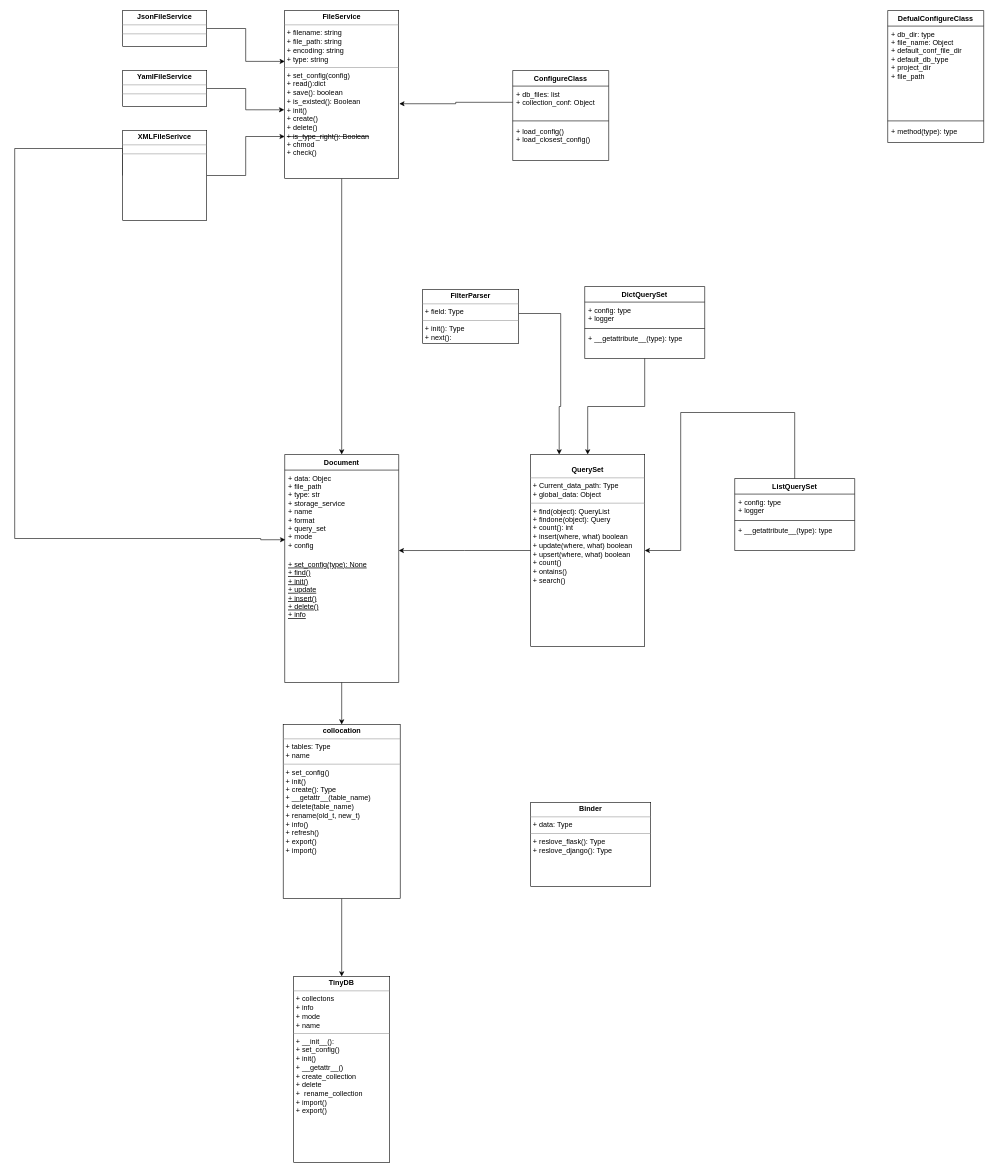
liangsqrt/FileDB keeps this draw.io diagram as stucture.drawio. Above is the earlier version. Source tidied: cells renumbered, new cells numbered last; positions are measured from the earlier drawing's top-left corner, leaving out a move shared by most shapes. Both pictures are drawn from the tidied source at 60%, with x=0, y=0 at pixel (14, 10).
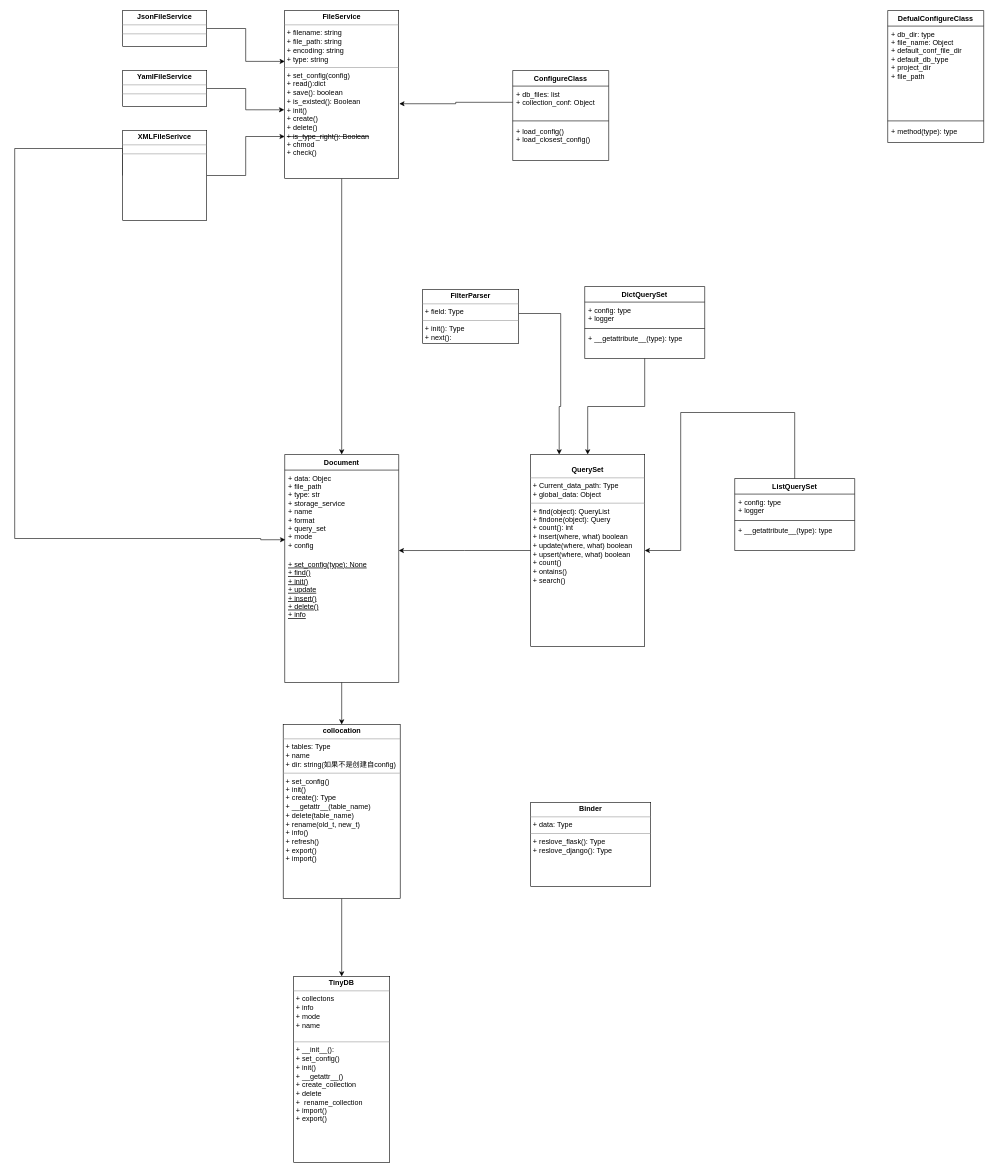
The same diagram, later.

The edit, as a diff of the source:
```diff
@@
-    <mxCell id="28" value="&lt;p style=&quot;margin: 0px ; margin-top: 4px ; text-align: center&quot;&gt;&lt;b&gt;TinyDB&lt;/b&gt;&lt;/p&gt;&lt;hr size=&quot;1&quot;&gt;&lt;p style=&quot;margin: 0px ; margin-left: 4px&quot;&gt;&lt;span&gt;+ collectons&lt;/span&gt;&lt;br&gt;&lt;/p&gt;&lt;p style=&quot;margin: 0px ; margin-left: 4px&quot;&gt;&lt;span&gt;+ info&lt;/span&gt;&lt;/p&gt;&lt;p style=&quot;margin: 0px ; margin-left: 4px&quot;&gt;&lt;span&gt;+ mode&lt;/span&gt;&lt;/p&gt;&lt;p style=&quot;margin: 0px ; margin-left: 4px&quot;&gt;&lt;span&gt;+ name&lt;/span&gt;&lt;/p&gt;&lt;hr size=&quot;1&quot;&gt;&lt;p style=&quot;margin: 0px ; margin-left: 4px&quot;&gt;+ __init__():&amp;nbsp;&lt;/p&gt;&lt;p style=&quot;margin: 0px ; margin-left: 4px&quot;&gt;+ set_config()&lt;/p&gt;&lt;p style=&quot;margin: 0px ; margin-left: 4px&quot;&gt;+ init()&lt;/p&gt;&lt;p style=&quot;margin: 0px ; margin-left: 4px&quot;&gt;+ __getattr__()&lt;/p&gt;&lt;p style=&quot;margin: 0px ; margin-left: 4px&quot;&gt;+ create_collection&lt;/p&gt;&lt;p style=&quot;margin: 0px ; margin-left: 4px&quot;&gt;+ delete&lt;/p&gt;&lt;p style=&quot;margin: 0px ; margin-left: 4px&quot;&gt;+&amp;nbsp; rename_collection&lt;/p&gt;&lt;p style=&quot;margin: 0px ; margin-left: 4px&quot;&gt;+ import()&lt;/p&gt;&lt;p style=&quot;margin: 0px ; margin-left: 4px&quot;&gt;+ export()&lt;/p&gt;" style="verticalAlign=top;align=left;overflow=fill;fontSize=12;fontFamily=Helvetica;html=1;" parent="1" vertex="1">
+    <mxCell id="28" value="&lt;p style=&quot;margin: 0px ; margin-top: 4px ; text-align: center&quot;&gt;&lt;b&gt;TinyDB&lt;/b&gt;&lt;/p&gt;&lt;hr size=&quot;1&quot;&gt;&lt;p style=&quot;margin: 0px ; margin-left: 4px&quot;&gt;&lt;span&gt;+ collectons&lt;/span&gt;&lt;br&gt;&lt;/p&gt;&lt;p style=&quot;margin: 0px ; margin-left: 4px&quot;&gt;&lt;span&gt;+ info&lt;/span&gt;&lt;/p&gt;&lt;p style=&quot;margin: 0px ; margin-left: 4px&quot;&gt;&lt;span&gt;+ mode&lt;/span&gt;&lt;/p&gt;&lt;p style=&quot;margin: 0px ; margin-left: 4px&quot;&gt;&lt;span&gt;+ name&lt;/span&gt;&lt;/p&gt;&lt;p style=&quot;margin: 0px ; margin-left: 4px&quot;&gt;&lt;span&gt;&lt;br&gt;&lt;/span&gt;&lt;/p&gt;&lt;hr size=&quot;1&quot;&gt;&lt;p style=&quot;margin: 0px ; margin-left: 4px&quot;&gt;+ __init__():&amp;nbsp;&lt;/p&gt;&lt;p style=&quot;margin: 0px ; margin-left: 4px&quot;&gt;+ set_config()&lt;/p&gt;&lt;p style=&quot;margin: 0px ; margin-left: 4px&quot;&gt;+ init()&lt;/p&gt;&lt;p style=&quot;margin: 0px ; margin-left: 4px&quot;&gt;+ __getattr__()&lt;/p&gt;&lt;p style=&quot;margin: 0px ; margin-left: 4px&quot;&gt;+ create_collection&lt;/p&gt;&lt;p style=&quot;margin: 0px ; margin-left: 4px&quot;&gt;+ delete&lt;/p&gt;&lt;p style=&quot;margin: 0px ; margin-left: 4px&quot;&gt;+&amp;nbsp; rename_collection&lt;/p&gt;&lt;p style=&quot;margin: 0px ; margin-left: 4px&quot;&gt;+ import()&lt;/p&gt;&lt;p style=&quot;margin: 0px ; margin-left: 4px&quot;&gt;+ export()&lt;/p&gt;" style="verticalAlign=top;align=left;overflow=fill;fontSize=12;fontFamily=Helvetica;html=1;" parent="1" vertex="1">
       <mxGeometry x="465" y="1610" width="160" height="310" as="geometry" />
     </mxCell>
@@
-    <mxCell id="39" value="&lt;p style=&quot;margin: 0px ; margin-top: 4px ; text-align: center&quot;&gt;&lt;b&gt;collocation&lt;/b&gt;&lt;/p&gt;&lt;hr size=&quot;1&quot;&gt;&lt;p style=&quot;margin: 0px ; margin-left: 4px&quot;&gt;+ tables: Type&lt;/p&gt;&lt;p style=&quot;margin: 0px ; margin-left: 4px&quot;&gt;+ name&lt;/p&gt;&lt;hr size=&quot;1&quot;&gt;&lt;p style=&quot;margin: 0px ; margin-left: 4px&quot;&gt;+ set_config()&lt;/p&gt;&lt;p style=&quot;margin: 0px ; margin-left: 4px&quot;&gt;+ init()&lt;/p&gt;&lt;p style=&quot;margin: 0px ; margin-left: 4px&quot;&gt;+ create(): Type&lt;/p&gt;&lt;p style=&quot;margin: 0px ; margin-left: 4px&quot;&gt;+ __getattr__(table_name)&lt;/p&gt;&lt;p style=&quot;margin: 0px ; margin-left: 4px&quot;&gt;+ delete(table_name)&lt;/p&gt;&lt;p style=&quot;margin: 0px ; margin-left: 4px&quot;&gt;+ rename(old_t, new_t)&lt;/p&gt;&lt;p style=&quot;margin: 0px ; margin-left: 4px&quot;&gt;+ info()&lt;/p&gt;&lt;p style=&quot;margin: 0px ; margin-left: 4px&quot;&gt;+ refresh()&lt;/p&gt;&lt;p style=&quot;margin: 0px ; margin-left: 4px&quot;&gt;+ export()&lt;/p&gt;&lt;p style=&quot;margin: 0px ; margin-left: 4px&quot;&gt;+ import()&lt;/p&gt;" style="verticalAlign=top;align=left;overflow=fill;fontSize=12;fontFamily=Helvetica;html=1;" parent="1" vertex="1">
+    <mxCell id="39" value="&lt;p style=&quot;margin: 0px ; margin-top: 4px ; text-align: center&quot;&gt;&lt;b&gt;collocation&lt;/b&gt;&lt;/p&gt;&lt;hr size=&quot;1&quot;&gt;&lt;p style=&quot;margin: 0px ; margin-left: 4px&quot;&gt;+ tables: Type&lt;/p&gt;&lt;p style=&quot;margin: 0px ; margin-left: 4px&quot;&gt;+ name&lt;/p&gt;&lt;p style=&quot;margin: 0px ; margin-left: 4px&quot;&gt;+ dir: string(如果不是创建自config)&lt;/p&gt;&lt;hr size=&quot;1&quot;&gt;&lt;p style=&quot;margin: 0px ; margin-left: 4px&quot;&gt;+ set_config()&lt;/p&gt;&lt;p style=&quot;margin: 0px ; margin-left: 4px&quot;&gt;+ init()&lt;/p&gt;&lt;p style=&quot;margin: 0px ; margin-left: 4px&quot;&gt;+ create(): Type&lt;/p&gt;&lt;p style=&quot;margin: 0px ; margin-left: 4px&quot;&gt;+ __getattr__(table_name)&lt;/p&gt;&lt;p style=&quot;margin: 0px ; margin-left: 4px&quot;&gt;+ delete(table_name)&lt;/p&gt;&lt;p style=&quot;margin: 0px ; margin-left: 4px&quot;&gt;+ rename(old_t, new_t)&lt;/p&gt;&lt;p style=&quot;margin: 0px ; margin-left: 4px&quot;&gt;+ info()&lt;/p&gt;&lt;p style=&quot;margin: 0px ; margin-left: 4px&quot;&gt;+ refresh()&lt;/p&gt;&lt;p style=&quot;margin: 0px ; margin-left: 4px&quot;&gt;+ export()&lt;/p&gt;&lt;p style=&quot;margin: 0px ; margin-left: 4px&quot;&gt;+ import()&lt;/p&gt;" style="verticalAlign=top;align=left;overflow=fill;fontSize=12;fontFamily=Helvetica;html=1;" parent="1" vertex="1">
       <mxGeometry x="447.5" y="1190" width="195" height="290" as="geometry" />
     </mxCell>
```
